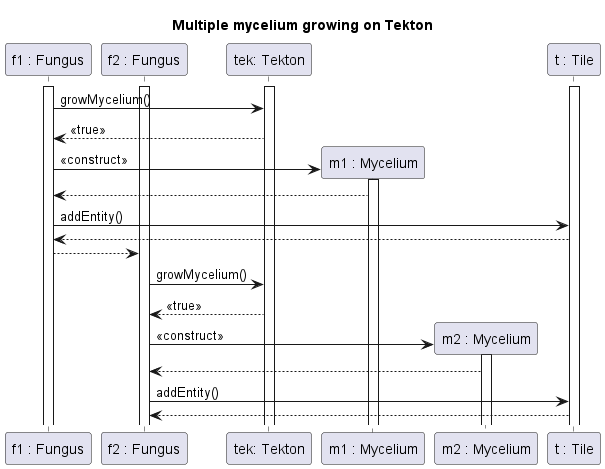
Harcipan/Projlab_nullpointerexception keeps this PlantUML diagram as out/diagrams/diagramFiles/SQ_MultipleMyceliumonTekton/Mycelium growth.png. Above is the earlier version. Its diagram source:
```plantuml
@startuml Mycelium growth

title Multiple mycelium growing on Tekton

participant "f1 : Fungus" as F1
participant "f2 : Fungus" as F2
participant "tek: Tekton" as Tek
participant "m1 : Mycelium" as M1
participant "m2 : Mycelium" as M2
participant "t : Tile" as T

activate F1
activate F2
activate T
activate Tek


F1->Tek : growMycelium()
Tek --> F1 : <<true>>
F1 -> M1 ** : <<construct>>
activate M1
M1 --> F1
F1 -> T : addEntity()
T-->F1

F1-->F2

F2->Tek : growMycelium()
Tek --> F2 : <<true>>
F2 -> M2 ** : <<construct>>
activate M2
M2 --> F2
F2 -> T : addEntity()
T-->F2


@enduml
```
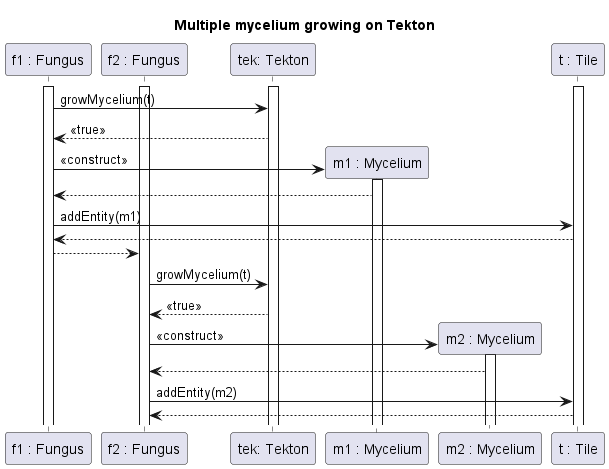
Above is the later version.

Change to the diagram source:
```diff
@@ -15,22 +15,22 @@
 activate Tek
 
 
-F1->Tek : growMycelium()
+F1->Tek : growMycelium(t)
 Tek --> F1 : <<true>>
 F1 -> M1 ** : <<construct>>
 activate M1
 M1 --> F1
-F1 -> T : addEntity()
+F1 -> T : addEntity(m1)
 T-->F1
 
 F1-->F2
 
-F2->Tek : growMycelium()
+F2->Tek : growMycelium(t)
 Tek --> F2 : <<true>>
 F2 -> M2 ** : <<construct>>
 activate M2
 M2 --> F2
-F2 -> T : addEntity()
+F2 -> T : addEntity(m2)
 T-->F2
 
 
```
